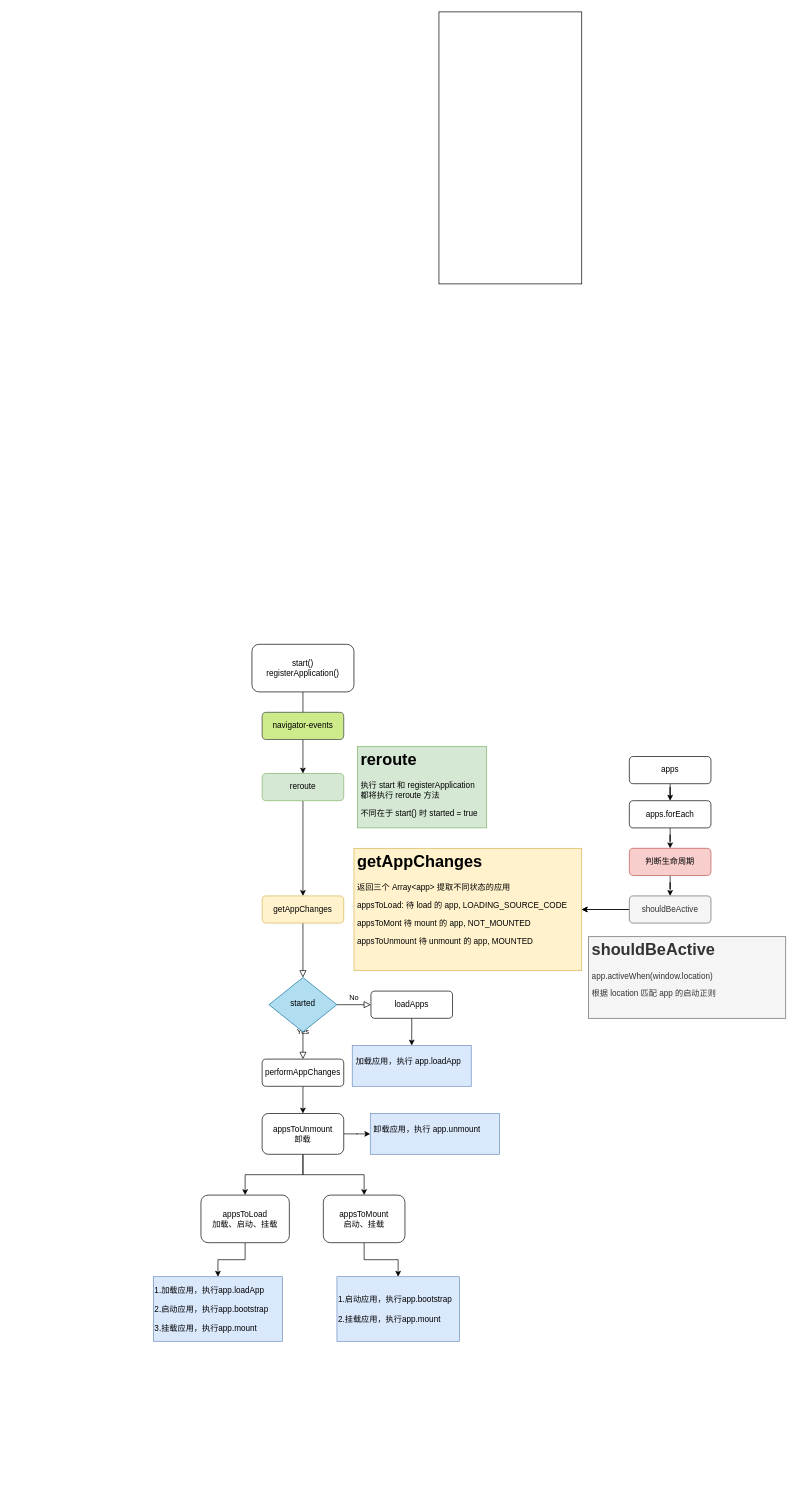
Above: rerouter.drawio in sfyr111/draw (draw.io), before the change. Source tidied: cells renumbered, new cells numbered last; positions are measured from the earlier drawing's top-left corner, leaving out a move shared by most shapes. Both pictures are drawn from the tidied source at 68%, with x=0, y=0 at pixel (153, 12).
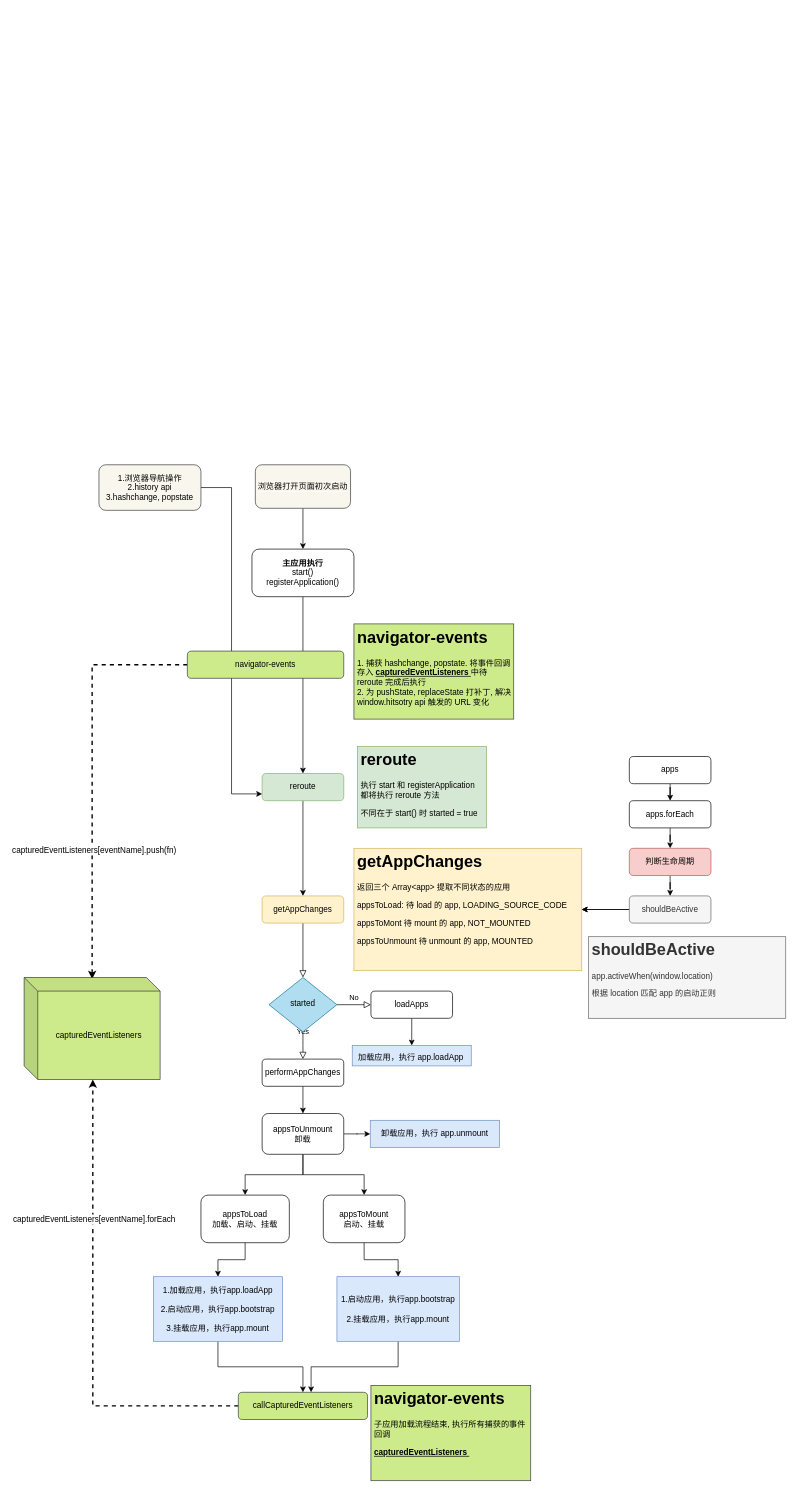
The same diagram, later.

The change refers to these unchanged cells:
```xml
<mxCell id="12" value="reroute" style="rounded=1;whiteSpace=wrap;html=1;fontSize=12;glass=0;strokeWidth=1;shadow=0;fillColor=#d5e8d4;strokeColor=#82b366;" parent="1" vertex="1">
  <mxGeometry x="160" y="1120" width="120" height="40" as="geometry" />
</mxCell>
```

The edit, as a diff of the source:
```diff
@@
-    <mxCell id="14" value="start()&lt;br&gt;registerApplication()" style="rounded=1;whiteSpace=wrap;html=1;fontSize=12;glass=0;strokeWidth=1;shadow=0;" parent="1" vertex="1">
-      <mxGeometry x="145" y="930" width="150" height="70" as="geometry" />
+    <mxCell id="14" value="&lt;b&gt;主应用执行&lt;br&gt;&lt;/b&gt;start()&lt;br&gt;registerApplication()" style="rounded=1;whiteSpace=wrap;html=1;fontSize=12;glass=0;strokeWidth=1;shadow=0;" parent="1" vertex="1">
+      <mxGeometry x="145" y="790" width="150" height="70" as="geometry" />
     </mxCell>
@@
-    <mxCell id="27" value="&lt;h1&gt;&lt;span style=&quot;font-size: 12px ; font-weight: normal ; line-height: 100%&quot;&gt;加载应用，执行 app.loadApp&amp;nbsp;&lt;br&gt;&lt;/span&gt;&lt;/h1&gt;" style="text;html=1;strokeColor=#6c8ebf;fillColor=#dae8fc;spacing=5;spacingTop=-20;whiteSpace=wrap;overflow=hidden;rounded=0;verticalAlign=middle;" parent="1" vertex="1">
-      <mxGeometry x="292.5" y="1520" width="175" height="60" as="geometry" />
+    <mxCell id="27" value="加载应用，执行 app.loadApp &lt;br&gt;" style="text;strokeColor=#6c8ebf;fillColor=#dae8fc;spacing=5;spacingTop=-20;overflow=hidden;rounded=0;verticalAlign=bottom;align=center;html=1;whiteSpace=wrap;labelBorderColor=none;" parent="1" vertex="1">
+      <mxGeometry x="292.5" y="1520" width="175" height="30" as="geometry" />
     </mxCell>
@@
+    <mxCell id="41" style="edgeStyle=orthogonalEdgeStyle;rounded=0;jettySize=auto;html=1;entryX=0.5;entryY=0;entryDx=0;entryDy=0;fontColor=#FF9933;" parent="1" edge="1" source="36" target="47">
+      <mxGeometry relative="1" as="geometry" />
+    </mxCell>
-    <mxCell id="36" value="1.加载应用，执行app.loadApp&lt;br&gt;&lt;br&gt;2.启动应用，执行app.bootstrap&lt;br&gt;&lt;br&gt;3.挂载应用，执行app.mount" style="rounded=0;whiteSpace=wrap;html=1;fillColor=#dae8fc;strokeColor=#6c8ebf;align=left;" parent="1" vertex="1">
+    <mxCell id="36" value="1.加载应用，执行app.loadApp&lt;br&gt;&lt;br&gt;2.启动应用，执行app.bootstrap&lt;br&gt;&lt;br&gt;3.挂载应用，执行app.mount" style="rounded=0;whiteSpace=wrap;html=1;fillColor=#dae8fc;strokeColor=#6c8ebf;align=center;" parent="1" vertex="1">
       <mxGeometry y="1860" width="190" height="95" as="geometry" />
     </mxCell>
+    <mxCell id="42" style="edgeStyle=orthogonalEdgeStyle;rounded=0;jettySize=auto;html=1;entryX=0.563;entryY=0;entryDx=0;entryDy=0;entryPerimeter=0;fontColor=#FF9933;" parent="1" edge="1" source="37" target="47">
+      <mxGeometry relative="1" as="geometry" />
+    </mxCell>
-    <mxCell id="37" value="1.启动应用，执行app.bootstrap&lt;br&gt;&lt;br&gt;2.挂载应用，执行app.mount" style="rounded=0;whiteSpace=wrap;html=1;fillColor=#dae8fc;strokeColor=#6c8ebf;align=left;" parent="1" vertex="1">
+    <mxCell id="37" value="1.启动应用，执行app.bootstrap&lt;br&gt;&lt;br&gt;2.挂载应用，执行app.mount" style="rounded=0;whiteSpace=wrap;html=1;fillColor=#dae8fc;strokeColor=#6c8ebf;align=center;" parent="1" vertex="1">
       <mxGeometry x="270" y="1860" width="180" height="95" as="geometry" />
     </mxCell>
-    <mxCell id="38" value="&lt;h1&gt;&lt;span style=&quot;font-size: 12px ; font-weight: normal&quot;&gt;卸载应用，执行 app.unmount&lt;/span&gt;&lt;/h1&gt;" style="text;html=1;strokeColor=#6c8ebf;fillColor=#dae8fc;spacing=5;spacingTop=-20;whiteSpace=wrap;overflow=hidden;rounded=0;verticalAlign=middle;" parent="1" vertex="1">
-      <mxGeometry x="319" y="1620" width="190" height="60" as="geometry" />
+    <mxCell id="38" value="&lt;h1&gt;&lt;span style=&quot;font-size: 12px ; font-weight: normal&quot;&gt;卸载应用，执行 app.unmount&lt;/span&gt;&lt;/h1&gt;" style="text;html=1;strokeColor=#6c8ebf;fillColor=#dae8fc;spacing=5;spacingTop=-20;whiteSpace=wrap;overflow=hidden;rounded=0;verticalAlign=bottom;align=center;" parent="1" vertex="1">
+      <mxGeometry x="319" y="1630" width="190" height="40" as="geometry" />
     </mxCell>
-    <mxCell id="39" style="rounded=0;whiteSpace=wrap;html=1;align=left;" parent="1" vertex="1">
-      <mxGeometry x="420" width="210" height="400" as="geometry" />
-    </mxCell>
+    <mxCell id="43" value="&lt;h1&gt;navigator-events&lt;/h1&gt;&lt;p&gt;1. 捕获 hashchange, popstate. 将事件回调存入 &lt;b&gt;&lt;u&gt;capturedEventListeners &lt;/u&gt;&lt;/b&gt;中待 reroute 完成后执行&lt;br&gt;2. 为 pushState, replaceState 打补丁, 解决 window.hitsotry api 触发的 URL 变化&lt;/p&gt;" style="text;html=1;strokeColor=#36393d;fillColor=#cdeb8b;spacing=5;spacingTop=-20;whiteSpace=wrap;overflow=hidden;rounded=0;" parent="1" vertex="1">
+      <mxGeometry x="295" y="900" width="235" height="140" as="geometry" />
+    </mxCell>
+    <mxCell id="44" style="edgeStyle=orthogonalEdgeStyle;rounded=0;jettySize=auto;html=1;entryX=0.505;entryY=1;entryDx=0;entryDy=0;entryPerimeter=0;fontColor=#FF9933;dashed=1;strokeWidth=2;" parent="1" edge="1" source="47" target="55">
+      <mxGeometry relative="1" as="geometry" />
+    </mxCell>
+    <mxCell id="45" value="forEach&amp;nbsp;" style="edgeLabel;html=1;align=center;verticalAlign=middle;noLabel=1;fontColor=none;" parent="44" vertex="1">
+      <mxGeometry x="0.35" y="1" relative="1" as="geometry" />
+    </mxCell>
+    <mxCell id="46" value="capturedEventListeners[eventName].forEach" style="edgeLabel;html=1;align=center;verticalAlign=middle;fontColor=none;fontSize=12;" parent="44" vertex="1">
+      <mxGeometry x="0.41" y="-1" relative="1" as="geometry" />
+    </mxCell>
+    <mxCell id="47" value="callCapturedEventListeners" style="rounded=1;whiteSpace=wrap;html=1;fontSize=12;glass=0;strokeWidth=1;shadow=0;fillColor=#cdeb8b;strokeColor=#36393d;" parent="1" vertex="1">
+      <mxGeometry x="125" y="2030" width="190" height="40" as="geometry" />
+    </mxCell>
+    <mxCell id="48" style="edgeStyle=orthogonalEdgeStyle;rounded=0;jettySize=auto;html=1;entryX=0.5;entryY=0;entryDx=0;entryDy=0;fontColor=#FF9933;" parent="1" edge="1" source="49" target="14">
+      <mxGeometry relative="1" as="geometry" />
+    </mxCell>
+    <mxCell id="49" value="&lt;font color=&quot;#000000&quot; style=&quot;background-color: rgb(249 , 247 , 237)&quot;&gt;浏览器打开页面初次启动&lt;/font&gt;" style="rounded=1;whiteSpace=wrap;html=1;labelBackgroundColor=#ffffff;align=center;fillColor=#f9f7ed;strokeColor=#36393d;" parent="1" vertex="1">
+      <mxGeometry x="150" y="666" width="140" height="64" as="geometry" />
+    </mxCell>
+    <mxCell id="50" style="edgeStyle=orthogonalEdgeStyle;rounded=0;jettySize=auto;html=1;entryX=0;entryY=0.75;entryDx=0;entryDy=0;fontColor=#FF9933;" parent="1" edge="1" source="51" target="12">
+      <mxGeometry relative="1" as="geometry" />
+    </mxCell>
+    <mxCell id="51" value="&lt;div style=&quot;&quot;&gt;&lt;span style=&quot;&quot;&gt;1.浏览器导航操作&lt;/span&gt;&lt;/div&gt;&lt;font color=&quot;#000000&quot;&gt;&lt;div style=&quot;&quot;&gt;&lt;span style=&quot;&quot;&gt;2.history api&lt;/span&gt;&lt;/div&gt;&lt;span style=&quot;&quot;&gt;&lt;div style=&quot;&quot;&gt;3.hashchange, popstate&lt;/div&gt;&lt;/span&gt;&lt;/font&gt;" style="rounded=1;whiteSpace=wrap;html=1;labelBackgroundColor=none;align=center;strokeColor=#36393d;fillColor=#F9F7ED;" parent="1" vertex="1">
+      <mxGeometry x="-80" y="666" width="150" height="67" as="geometry" />
+    </mxCell>
+    <mxCell id="52" value="&lt;h1&gt;navigator-events&lt;/h1&gt;&lt;p&gt;子应用加载流程结束, 执行所有捕获的事件回调&lt;/p&gt;&lt;u style=&quot;font-weight: bold&quot;&gt;capturedEventListeners&amp;nbsp;&lt;/u&gt;" style="text;html=1;strokeColor=#36393d;fillColor=#cdeb8b;spacing=5;spacingTop=-20;whiteSpace=wrap;overflow=hidden;rounded=0;" parent="1" vertex="1">
+      <mxGeometry x="320" y="2020" width="235" height="140" as="geometry" />
+    </mxCell>
+    <mxCell id="53" style="edgeStyle=orthogonalEdgeStyle;rounded=0;jettySize=auto;html=1;entryX=0.5;entryY=0.014;entryDx=0;entryDy=0;entryPerimeter=0;fontColor=#FF9933;dashed=1;strokeWidth=2;" parent="1" edge="1" source="40" target="55">
+      <mxGeometry relative="1" as="geometry" />
+    </mxCell>
+    <mxCell id="54" value="capturedEventListeners[eventName].push(fn)" style="edgeLabel;html=1;align=center;verticalAlign=middle;fontColor=none;fontSize=12;" parent="53" vertex="1">
+      <mxGeometry x="0.37" y="2" relative="1" as="geometry" />
+    </mxCell>
     <mxCell id="40" value="navigator-events" style="rounded=1;whiteSpace=wrap;html=1;fontSize=12;glass=0;strokeWidth=1;shadow=0;fillColor=#cdeb8b;strokeColor=#36393d;" parent="1" vertex="1">
-      <mxGeometry x="160" y="1030" width="120" height="40" as="geometry" />
+      <mxGeometry x="50" y="940" width="230" height="40" as="geometry" />
     </mxCell>
+    <mxCell id="55" value="capturedEventListeners" style="shape=cube;whiteSpace=wrap;html=1;boundedLbl=1;backgroundOutline=1;darkOpacity=0.05;darkOpacity2=0.1;labelBackgroundColor=none;align=center;fillColor=#cdeb8b;strokeColor=#36393d;" parent="1" vertex="1">
+      <mxGeometry x="-190" y="1420" width="200" height="150" as="geometry" />
+    </mxCell>
```
